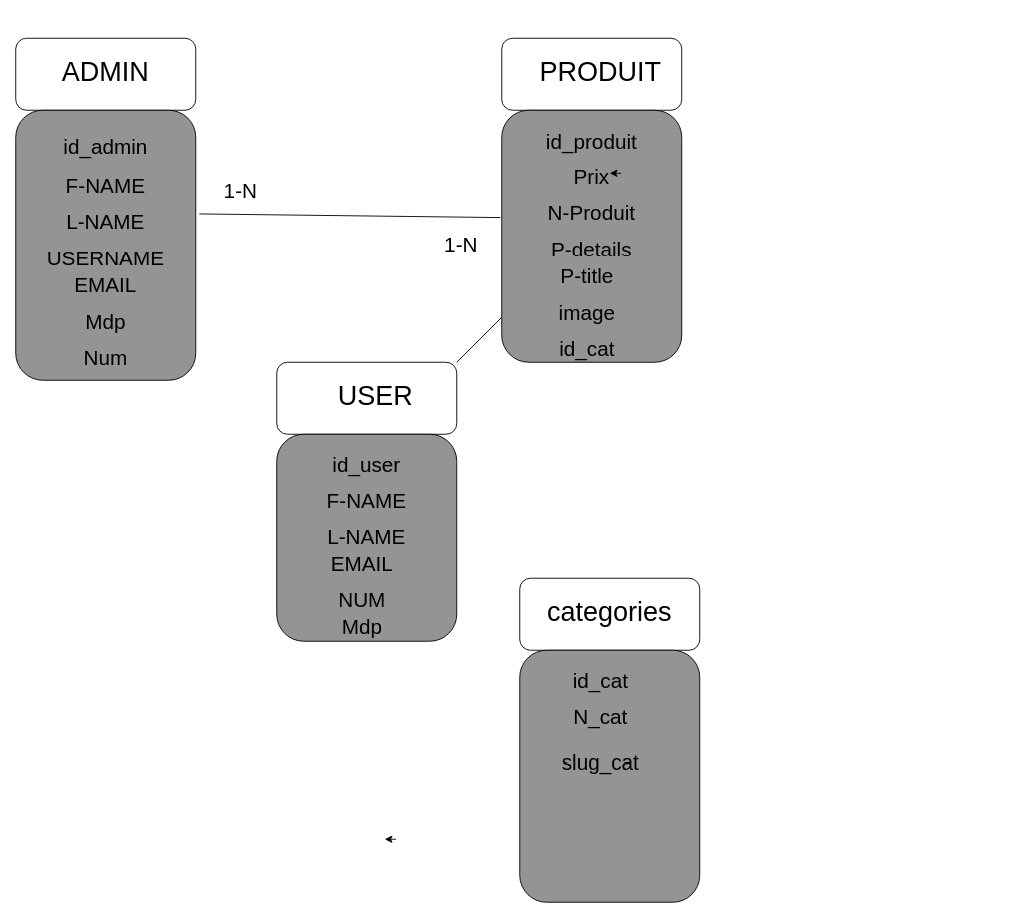
This is mcd.drawio from zakaria444/PFR, a draw.io file, before an edit. Source tidied: cells renumbered, new cells numbered last; positions are measured from the earlier drawing's top-left corner, leaving out a move shared by most shapes. Both pictures are drawn from the tidied source at 90%, with x=0, y=0 at pixel (15, 38).
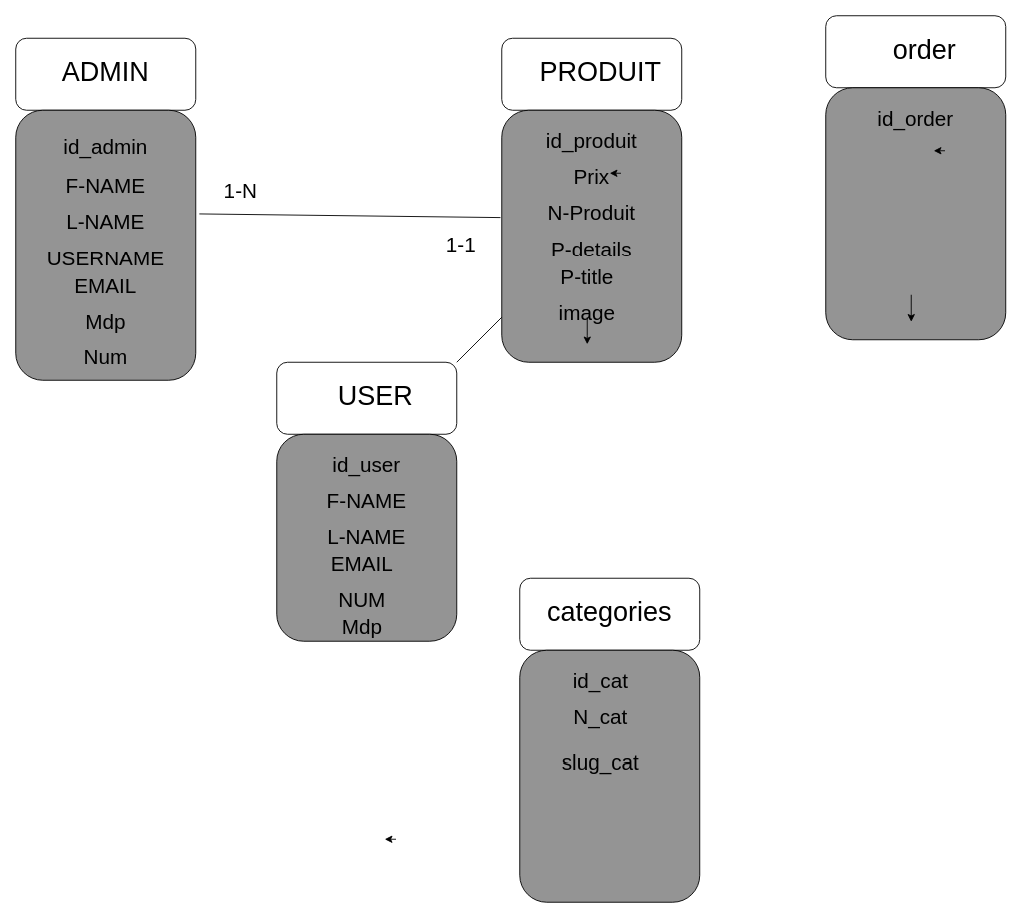
Above is the later version.

The change refers to these unchanged cells:
```xml
<mxCell id="23" value="&lt;font style=&quot;font-size: 23px&quot;&gt;image&lt;/font&gt;" style="text;html=1;align=center;verticalAlign=middle;whiteSpace=wrap;rounded=0;strokeWidth=1;perimeterSpacing=0;" parent="1" vertex="1">
  <mxGeometry x="570" y="300" width="130" height="10" as="geometry" />
</mxCell>
```

Change to the diagram source:
```diff
@@
+    <mxCell id="43" style="edgeStyle=orthogonalEdgeStyle;rounded=0;jettySize=auto;html=1;" parent="1" edge="1" source="23">
+      <mxGeometry relative="1" as="geometry">
+        <mxPoint x="635" y="340" as="targetPoint" />
+      </mxGeometry>
+    </mxCell>
@@
-    <mxCell id="33" value="&lt;font style=&quot;font-size: 23px&quot;&gt;1-N&lt;/font&gt;" style="text;html=1;strokeColor=none;fillColor=none;align=center;verticalAlign=middle;whiteSpace=wrap;rounded=0;glass=0;opacity=0;" parent="1" vertex="1">
+    <mxCell id="33" value="&lt;font style=&quot;font-size: 23px&quot;&gt;1-1&lt;/font&gt;" style="text;html=1;strokeColor=none;fillColor=none;align=center;verticalAlign=middle;whiteSpace=wrap;rounded=0;glass=0;opacity=0;" parent="1" vertex="1">
       <mxGeometry x="455" y="210" width="80" height="40" as="geometry" />
     </mxCell>
@@
-    <mxCell id="42" value="&lt;font style=&quot;font-size: 23px&quot;&gt;id_cat&lt;/font&gt;" style="text;html=1;align=center;verticalAlign=middle;whiteSpace=wrap;rounded=0;strokeWidth=1;perimeterSpacing=0;" parent="1" vertex="1">
-      <mxGeometry x="570" y="340" width="130" height="10" as="geometry" />
-    </mxCell>
+    <mxCell id="44" style="rounded=1;whiteSpace=wrap;html=1;" parent="1" vertex="1">
+      <mxGeometry x="900" y="-25" width="200" height="80" as="geometry" />
+    </mxCell>
+    <mxCell id="45" value="&lt;p style=&quot;line-height: 150%&quot;&gt;&lt;font style=&quot;font-size: 30px&quot;&gt;order&lt;/font&gt;&lt;/p&gt;" style="text;html=1;strokeColor=none;fillColor=none;align=center;verticalAlign=middle;whiteSpace=wrap;rounded=0;opacity=0;strokeWidth=12;" parent="1" vertex="1">
+      <mxGeometry x="940" y="-15" width="140" height="60" as="geometry" />
+    </mxCell>
+    <mxCell id="46" style="rounded=1;whiteSpace=wrap;html=1;fillColor=#949494;" parent="1" vertex="1">
+      <mxGeometry x="900" y="55" width="200" height="280" as="geometry" />
+    </mxCell>
+    <mxCell id="47" value="&lt;font style=&quot;font-size: 23px&quot;&gt;id_order&lt;/font&gt;" style="text;html=1;align=center;verticalAlign=middle;whiteSpace=wrap;rounded=0;strokeWidth=1;perimeterSpacing=0;" parent="1" vertex="1">
+      <mxGeometry x="935" y="85" width="130" height="10" as="geometry" />
+    </mxCell>
+    <mxCell id="48" style="edgeStyle=orthogonalEdgeStyle;rounded=0;orthogonalLoop=1;jettySize=auto;html=1;exitX=0.75;exitY=0;exitDx=0;exitDy=0;entryX=0.654;entryY=0;entryDx=0;entryDy=0;entryPerimeter=0;" parent="1" edge="1">
+      <mxGeometry relative="1" as="geometry">
+        <mxPoint x="1032.5" y="125" as="sourcePoint" />
+        <mxPoint x="1020" y="125" as="targetPoint" />
+      </mxGeometry>
+    </mxCell>
+    <mxCell id="49" style="edgeStyle=orthogonalEdgeStyle;rounded=0;orthogonalLoop=1;jettySize=auto;html=1;" parent="1" edge="1">
+      <mxGeometry relative="1" as="geometry">
+        <mxPoint x="995" y="285" as="sourcePoint" />
+        <mxPoint x="995" y="315" as="targetPoint" />
+      </mxGeometry>
+    </mxCell>
```
